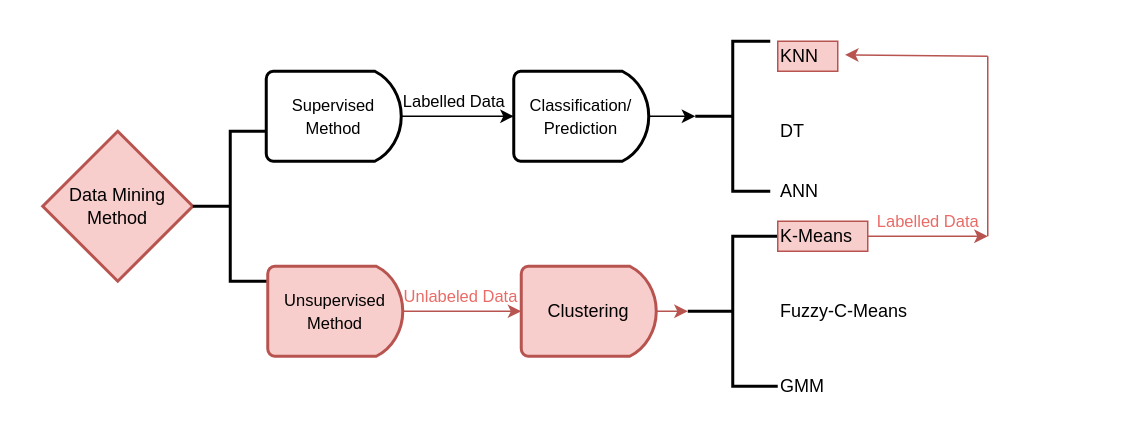
This is selectingmethod.drawio from nimeng95/monika, a draw.io file, before an edit. Source tidied: cells renumbered, new cells numbered last; positions are measured from the earlier drawing's top-left corner, leaving out a move shared by most shapes. Both pictures are drawn from the tidied source at 150%, with x=0, y=0 at pixel (42, 40).
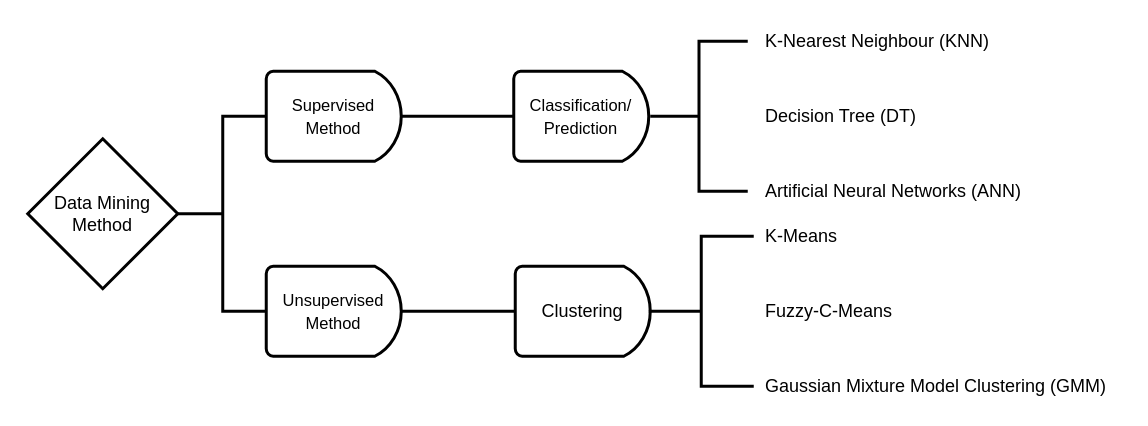
After the change.

The change refers to these unchanged cells:
```xml
<mxCell id="5" value="&lt;font style=&quot;font-size: 11px&quot;&gt;Supervised Method&lt;/font&gt;" style="strokeWidth=2;html=1;shape=mxgraph.flowchart.delay;whiteSpace=wrap;" parent="1" vertex="1">
  <mxGeometry x="149" y="20" width="90" height="60" as="geometry" />
</mxCell>
<mxCell id="7" value="&lt;span style=&quot;font-size: 11px&quot;&gt;Classification/&lt;br&gt;Prediction&lt;br&gt;&lt;/span&gt;" style="strokeWidth=2;html=1;shape=mxgraph.flowchart.delay;whiteSpace=wrap;" parent="1" vertex="1">
  <mxGeometry x="314" y="20" width="90" height="60" as="geometry" />
</mxCell>
```

What changed in the source:
```diff
@@
-    <mxCell id="2" value="Data Mining Method" style="strokeWidth=2;html=1;shape=mxgraph.flowchart.decision;whiteSpace=wrap;fillColor=#f8cecc;strokeColor=#b85450;" parent="1" vertex="1">
-      <mxGeometry y="60" width="100" height="100" as="geometry" />
+    <mxCell id="2" value="Data Mining Method" style="strokeWidth=2;html=1;shape=mxgraph.flowchart.decision;whiteSpace=wrap;" parent="1" vertex="1">
+      <mxGeometry x="-10" y="65" width="100" height="100" as="geometry" />
     </mxCell>
     <mxCell id="3" style="strokeWidth=2;html=1;shape=mxgraph.flowchart.annotation_2;align=left;labelPosition=right;" parent="1" vertex="1">
-      <mxGeometry x="100" y="60" width="50" height="100" as="geometry" />
+      <mxGeometry x="90" y="50" width="60" height="130" as="geometry" />
     </mxCell>
-    <mxCell id="4" style="edgeStyle=orthogonalEdgeStyle;rounded=0;jettySize=auto;html=1;" parent="1" edge="1" source="5" target="7">
-      <mxGeometry relative="1" as="geometry" />
+    <mxCell id="4" style="edgeStyle=orthogonalEdgeStyle;rounded=0;jettySize=auto;html=1;endArrow=none;endFill=0;strokeWidth=2;" parent="1" edge="1" source="5" target="7">
+      <mxGeometry relative="1" as="geometry">
+        <Array as="points">
+          <mxPoint x="280" y="50" />
+          <mxPoint x="280" y="50" />
+        </Array>
+      </mxGeometry>
     </mxCell>
@@
-    <mxCell id="6" style="edgeStyle=orthogonalEdgeStyle;rounded=0;jettySize=auto;html=1;entryX=0;entryY=0.5;entryDx=0;entryDy=0;entryPerimeter=0;" parent="1" edge="1" source="7" target="20">
-      <mxGeometry relative="1" as="geometry" />
-    </mxCell>
@@
-    <mxCell id="8" style="edgeStyle=orthogonalEdgeStyle;rounded=0;jettySize=auto;html=1;strokeColor=#B85450;" parent="1" edge="1" source="9" target="12">
+    <mxCell id="8" style="edgeStyle=orthogonalEdgeStyle;rounded=0;jettySize=auto;html=1;strokeColor=#000000;endArrow=none;endFill=0;strokeWidth=2;" parent="1" edge="1" source="9" target="12">
       <mxGeometry relative="1" as="geometry" />
     </mxCell>
-    <mxCell id="9" value="&lt;font style=&quot;font-size: 11px&quot;&gt;Unsupervised Method&lt;/font&gt;" style="strokeWidth=2;html=1;shape=mxgraph.flowchart.delay;whiteSpace=wrap;fillColor=#f8cecc;strokeColor=#b85450;" parent="1" vertex="1">
-      <mxGeometry x="150" y="150" width="90" height="60" as="geometry" />
+    <mxCell id="9" value="&lt;font style=&quot;font-size: 11px&quot;&gt;Unsupervised Method&lt;/font&gt;" style="strokeWidth=2;html=1;shape=mxgraph.flowchart.delay;whiteSpace=wrap;" parent="1" vertex="1">
+      <mxGeometry x="149" y="150" width="90" height="60" as="geometry" />
     </mxCell>
-    <mxCell id="10" value="&lt;font color=&quot;#ea6b66&quot; style=&quot;font-size: 11px&quot;&gt;Unlabeled&amp;nbsp;Data&lt;/font&gt;" style="text;html=1;align=center;verticalAlign=middle;whiteSpace=wrap;rounded=0;" parent="1" vertex="1">
-      <mxGeometry x="234" y="160" width="90" height="20" as="geometry" />
-    </mxCell>
-    <mxCell id="11" style="edgeStyle=orthogonalEdgeStyle;rounded=0;jettySize=auto;html=1;fillColor=#f8cecc;strokeColor=#B85450;" parent="1" edge="1" source="12">
-      <mxGeometry relative="1" as="geometry">
-        <mxPoint x="430" y="180" as="targetPoint" />
-      </mxGeometry>
-    </mxCell>
-    <mxCell id="12" value="Clustering" style="strokeWidth=2;html=1;shape=mxgraph.flowchart.delay;whiteSpace=wrap;fillColor=#f8cecc;strokeColor=#b85450;" parent="1" vertex="1">
-      <mxGeometry x="319" y="150" width="90" height="60" as="geometry" />
+    <mxCell id="12" value="Clustering" style="strokeWidth=2;html=1;shape=mxgraph.flowchart.delay;whiteSpace=wrap;" parent="1" vertex="1">
+      <mxGeometry x="315" y="150" width="90" height="60" as="geometry" />
     </mxCell>
     <mxCell id="13" style="strokeWidth=2;html=1;shape=mxgraph.flowchart.annotation_2;align=left;labelPosition=right;" parent="1" vertex="1">
-      <mxGeometry x="430" y="130" width="60" height="100" as="geometry" />
+      <mxGeometry x="404" y="130" width="70" height="100" as="geometry" />
     </mxCell>
-    <mxCell id="14" style="edgeStyle=orthogonalEdgeStyle;rounded=0;jettySize=auto;html=1;fillColor=#f8cecc;strokeColor=#b85450;" parent="1" edge="1" source="15">
-      <mxGeometry relative="1" as="geometry">
-        <mxPoint x="630" y="130" as="targetPoint" />
-      </mxGeometry>
-    </mxCell>
-    <mxCell id="15" value="K-Means" style="text;html=1;align=left;verticalAlign=middle;points=[];fillColor=#f8cecc;strokeColor=#b85450;" parent="1" vertex="1">
-      <mxGeometry x="490" y="120" width="60" height="20" as="geometry" />
+    <mxCell id="15" value="K-Means" style="text;html=1;align=left;verticalAlign=middle;points=[];" parent="1" vertex="1">
+      <mxGeometry x="480" y="120" width="60" height="20" as="geometry" />
     </mxCell>
     <mxCell id="16" value="Fuzzy-C-Means" style="text;html=1;align=left;verticalAlign=middle;" parent="1" vertex="1">
-      <mxGeometry x="490" y="170" width="100" height="20" as="geometry" />
+      <mxGeometry x="480" y="170" width="100" height="20" as="geometry" />
     </mxCell>
-    <mxCell id="17" value="GMM" style="text;html=1;align=left;verticalAlign=middle;" parent="1" vertex="1">
-      <mxGeometry x="490" y="220" width="40" height="20" as="geometry" />
+    <mxCell id="17" value="Gaussian Mixture Model Clustering (GMM)" style="text;html=1;align=left;verticalAlign=middle;" parent="1" vertex="1">
+      <mxGeometry x="480" y="220" width="240" height="20" as="geometry" />
     </mxCell>
-    <mxCell id="18" value="&lt;font color=&quot;#ea6b66&quot; style=&quot;font-size: 11px&quot;&gt;Labelled Data&lt;/font&gt;" style="text;html=1;align=center;verticalAlign=middle;" parent="1" vertex="1">
-      <mxGeometry x="550" y="110" width="80" height="20" as="geometry" />
-    </mxCell>
-    <mxCell id="19" value="&lt;font style=&quot;font-size: 11px&quot;&gt;Labelled Data&lt;/font&gt;" style="text;html=1;align=center;verticalAlign=middle;" parent="1" vertex="1">
-      <mxGeometry x="234" y="30" width="80" height="20" as="geometry" />
-    </mxCell>
     <mxCell id="20" style="strokeWidth=2;html=1;shape=mxgraph.flowchart.annotation_2;align=left;labelPosition=right;" parent="1" vertex="1">
-      <mxGeometry x="435" width="50" height="100" as="geometry" />
+      <mxGeometry x="405" width="65" height="100" as="geometry" />
     </mxCell>
-    <mxCell id="21" value="KNN" style="text;html=1;align=left;verticalAlign=middle;points=[];fillColor=#f8cecc;strokeColor=#b85450;" parent="1" vertex="1">
-      <mxGeometry x="490" width="40" height="20" as="geometry" />
+    <mxCell id="21" value="K-Nearest Neighbour (KNN)&amp;nbsp;" style="text;html=1;align=left;verticalAlign=middle;points=[];" parent="1" vertex="1">
+      <mxGeometry x="480" y="-10" width="170" height="20" as="geometry" />
     </mxCell>
-    <mxCell id="22" value="DT" style="text;html=1;align=left;verticalAlign=middle;" parent="1" vertex="1">
-      <mxGeometry x="490" y="50" width="30" height="20" as="geometry" />
+    <mxCell id="22" value="Decision Tree (DT)" style="text;html=1;align=left;verticalAlign=middle;" parent="1" vertex="1">
+      <mxGeometry x="480" y="40" width="120" height="20" as="geometry" />
     </mxCell>
-    <mxCell id="23" value="ANN" style="text;html=1;align=left;verticalAlign=middle;" parent="1" vertex="1">
-      <mxGeometry x="490" y="90" width="40" height="20" as="geometry" />
+    <mxCell id="23" value="Artificial Neural Networks (ANN)" style="text;html=1;align=left;verticalAlign=middle;" parent="1" vertex="1">
+      <mxGeometry x="480" y="90" width="190" height="20" as="geometry" />
     </mxCell>
-    <mxCell id="24" style="endArrow=none;html=1;fillColor=#f8cecc;strokeColor=#b85450;" parent="1" edge="1">
-      <mxGeometry relative="1" as="geometry">
-        <mxPoint x="630" y="130" as="sourcePoint" />
-        <mxPoint x="630" y="10" as="targetPoint" />
-      </mxGeometry>
-    </mxCell>
-    <mxCell id="25" style="endArrow=classic;html=1;entryX=1.121;entryY=0.453;entryDx=0;entryDy=0;entryPerimeter=0;fillColor=#f8cecc;strokeColor=#b85450;" parent="1" edge="1" target="21">
-      <mxGeometry relative="1" as="geometry">
-        <mxPoint x="630" y="10" as="sourcePoint" />
-      </mxGeometry>
-    </mxCell>
```
